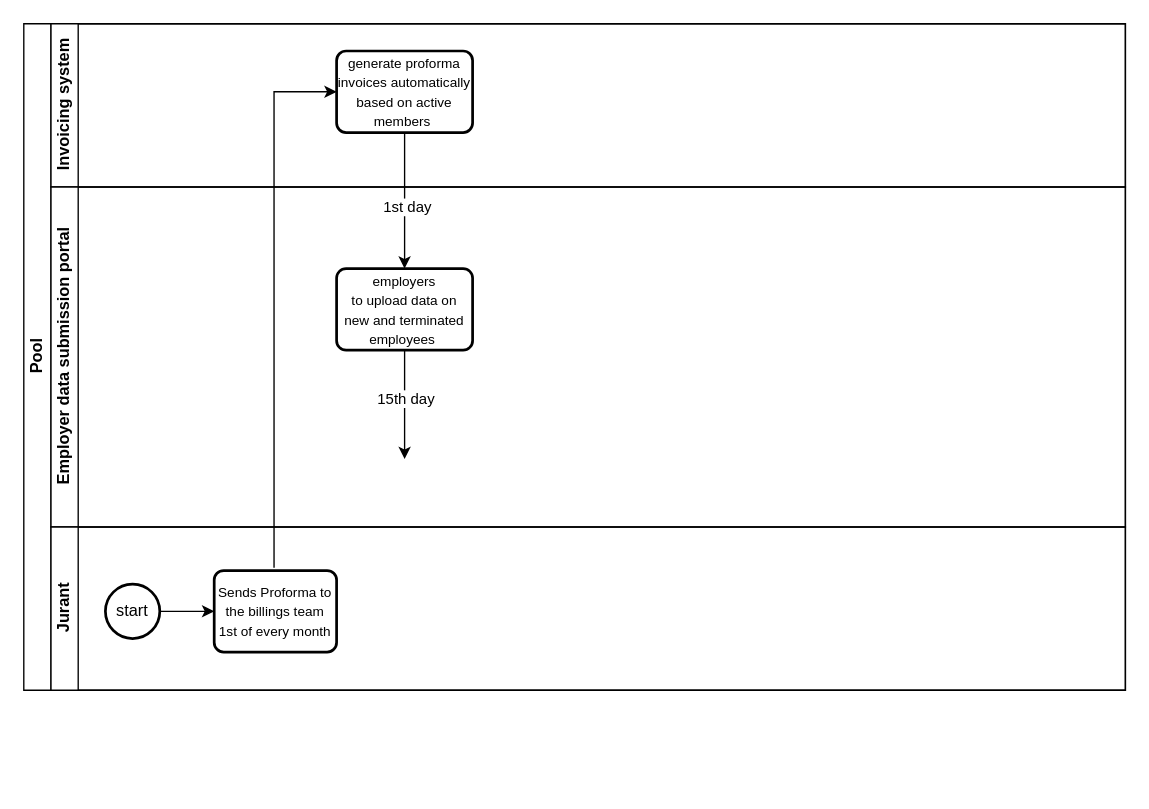
This is billingprocess.drawio from TJ-Kwetsane1993/Thato, a draw.io file, before an edit. Source tidied: cells renumbered, new cells numbered last; positions are measured from the earlier drawing's top-left corner, leaving out a move shared by most shapes. Both pictures are drawn from the tidied source at 136%, with x=0, y=0 at pixel (23, 23).
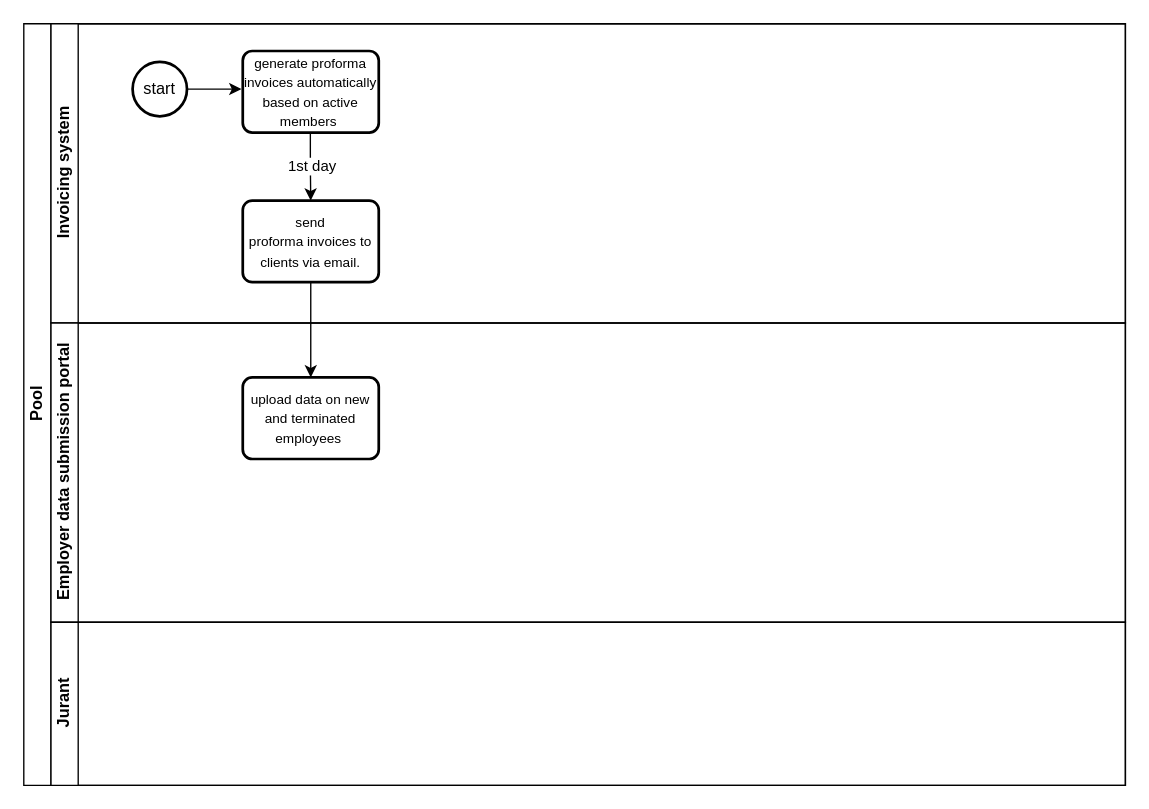
The same page after the edit.

What changed in the source:
```diff
@@
 <mxGraphModel>
   <root>
     <mxCell id="0" />
     <mxCell id="1" parent="0" />
     <mxCell id="2" value="Pool" style="swimlane;html=1;horizontal=0;startSize=20;" parent="1" vertex="1">
-      <mxGeometry width="810" height="490" as="geometry" />
+      <mxGeometry width="810" height="560" as="geometry" />
     </mxCell>
     <mxCell id="3" value="Invoicing system" style="swimlane;html=1;startSize=20;horizontal=0;" parent="2" vertex="1">
-      <mxGeometry x="20" width="790" height="120" as="geometry" />
+      <mxGeometry x="20" width="790" height="220" as="geometry" />
     </mxCell>
-    <mxCell id="4" style="edgeStyle=orthogonalEdgeStyle;rounded=0;jettySize=auto;html=1;exitX=0.5;exitY=1;exitDx=0;exitDy=0;" parent="3" edge="1" source="6">
+    <mxCell id="4" style="edgeStyle=orthogonalEdgeStyle;rounded=0;jettySize=auto;html=1;exitX=0.497;exitY=0.867;exitDx=0;exitDy=0;exitPerimeter=0;" parent="3" edge="1" source="6">
       <mxGeometry relative="1" as="geometry">
-        <mxPoint x="260" y="180" as="targetPoint" />
+        <mxPoint x="191" y="130" as="targetPoint" />
       </mxGeometry>
     </mxCell>
     <mxCell id="5" value="1st day" style="edgeLabel;html=1;align=center;verticalAlign=middle;" parent="4" vertex="1">
       <mxGeometry x="0.1" y="1" relative="1" as="geometry" />
     </mxCell>
     <mxCell id="6" value="&lt;span style=&quot;font-family: Aptos, sans-serif;&quot; lang=&quot;EN-US&quot;&gt;&lt;font style=&quot;font-size: 10px;&quot;&gt;generate proforma invoices automatically based on active members&amp;nbsp;&lt;/font&gt;&lt;/span&gt;" style="rounded=1;whiteSpace=wrap;html=1;absoluteArcSize=1;arcSize=14;strokeWidth=2;" parent="3" vertex="1">
-      <mxGeometry x="210" y="20" width="100" height="60" as="geometry" />
+      <mxGeometry x="141" y="20" width="100" height="60" as="geometry" />
     </mxCell>
+    <mxCell id="16" style="edgeStyle=orthogonalEdgeStyle;rounded=0;jettySize=auto;html=1;exitX=1;exitY=0.5;exitDx=0;exitDy=0;exitPerimeter=0;" parent="3" edge="1" source="13">
+      <mxGeometry relative="1" as="geometry">
+        <mxPoint x="140" y="48" as="targetPoint" />
+      </mxGeometry>
+    </mxCell>
+    <mxCell id="13" value="start" style="strokeWidth=2;html=1;shape=mxgraph.flowchart.start_2;whiteSpace=wrap;" parent="3" vertex="1">
+      <mxGeometry x="60" y="28" width="40" height="40" as="geometry" />
+    </mxCell>
+    <mxCell id="17" style="edgeStyle=orthogonalEdgeStyle;rounded=0;jettySize=auto;html=1;exitX=0.5;exitY=1;exitDx=0;exitDy=0;" parent="3" edge="1" source="18">
+      <mxGeometry relative="1" as="geometry">
+        <mxPoint x="191" y="260" as="targetPoint" />
+      </mxGeometry>
+    </mxCell>
+    <mxCell id="18" value="&lt;span style=&quot;font-family: Aptos, sans-serif;&quot; lang=&quot;EN-US&quot;&gt;&lt;font style=&quot;font-size: 10px;&quot;&gt;send&lt;br&gt;proforma invoices to clients via email.&lt;/font&gt;&lt;/span&gt;" style="rounded=1;whiteSpace=wrap;html=1;absoluteArcSize=1;arcSize=14;strokeWidth=2;" parent="3" vertex="1">
+      <mxGeometry x="141" y="130" width="100" height="60" as="geometry" />
+    </mxCell>
     <mxCell id="7" value="Employer data submission portal" style="swimlane;html=1;startSize=20;horizontal=0;" parent="2" vertex="1">
-      <mxGeometry x="20" y="120" width="790" height="250" as="geometry" />
+      <mxGeometry x="20" y="220" width="790" height="220" as="geometry" />
     </mxCell>
-    <mxCell id="8" style="edgeStyle=orthogonalEdgeStyle;rounded=0;jettySize=auto;html=1;exitX=0.5;exitY=1;exitDx=0;exitDy=0;" parent="7" edge="1" source="10">
-      <mxGeometry relative="1" as="geometry">
-        <mxPoint x="260" y="200" as="targetPoint" />
-      </mxGeometry>
-    </mxCell>
-    <mxCell id="9" value="15th day" style="edgeLabel;html=1;align=center;verticalAlign=middle;" parent="8" vertex="1">
-      <mxGeometry x="-0.12" relative="1" as="geometry" />
-    </mxCell>
-    <mxCell id="10" value="&lt;span style=&quot;font-family: Aptos, sans-serif;&quot; lang=&quot;EN-US&quot;&gt;&lt;font style=&quot;font-size: 10px;&quot;&gt;employers&lt;br&gt;to upload data on new and terminated employees&amp;nbsp;&lt;/font&gt;&lt;/span&gt;" style="rounded=1;whiteSpace=wrap;html=1;absoluteArcSize=1;arcSize=14;strokeWidth=2;" parent="7" vertex="1">
-      <mxGeometry x="210" y="60" width="100" height="60" as="geometry" />
+    <mxCell id="10" value="&lt;span style=&quot;font-family: Aptos, sans-serif;&quot; lang=&quot;EN-US&quot;&gt;&lt;font style=&quot;font-size: 10px;&quot;&gt;upload data on new and terminated employees&amp;nbsp;&lt;/font&gt;&lt;/span&gt;" style="rounded=1;whiteSpace=wrap;html=1;absoluteArcSize=1;arcSize=14;strokeWidth=2;" parent="7" vertex="1">
+      <mxGeometry x="141" y="40" width="100" height="60" as="geometry" />
     </mxCell>
     <mxCell id="11" value="Jurant" style="swimlane;html=1;startSize=20;horizontal=0;" parent="2" vertex="1">
-      <mxGeometry x="20" y="370" width="790" height="120" as="geometry" />
+      <mxGeometry x="20" y="440" width="790" height="120" as="geometry" />
     </mxCell>
-    <mxCell id="12" style="edgeStyle=orthogonalEdgeStyle;rounded=0;jettySize=auto;html=1;exitX=1;exitY=0.5;exitDx=0;exitDy=0;exitPerimeter=0;" parent="11" edge="1" source="13">
-      <mxGeometry relative="1" as="geometry">
-        <mxPoint x="120" y="62" as="targetPoint" />
-      </mxGeometry>
-    </mxCell>
-    <mxCell id="13" value="start" style="strokeWidth=2;html=1;shape=mxgraph.flowchart.start_2;whiteSpace=wrap;" parent="11" vertex="1">
-      <mxGeometry x="40" y="42" width="40" height="40" as="geometry" />
-    </mxCell>
-    <mxCell id="14" value="&lt;font style=&quot;font-size: 10px;&quot;&gt;Sends Proforma to the billings team 1st of every month&lt;/font&gt;" style="rounded=1;whiteSpace=wrap;html=1;absoluteArcSize=1;arcSize=14;strokeWidth=2;" parent="11" vertex="1">
-      <mxGeometry x="120" y="32" width="90" height="60" as="geometry" />
-    </mxCell>
-    <mxCell id="15" style="edgeStyle=orthogonalEdgeStyle;rounded=0;orthogonalLoop=1;jettySize=auto;html=1;" parent="1" edge="1">
-      <mxGeometry relative="1" as="geometry">
-        <mxPoint x="184" y="400" as="sourcePoint" />
-        <mxPoint x="230" y="50" as="targetPoint" />
-        <Array as="points">
-          <mxPoint x="184" y="50" />
-        </Array>
-      </mxGeometry>
-    </mxCell>
   </root>
 </mxGraphModel>
```
